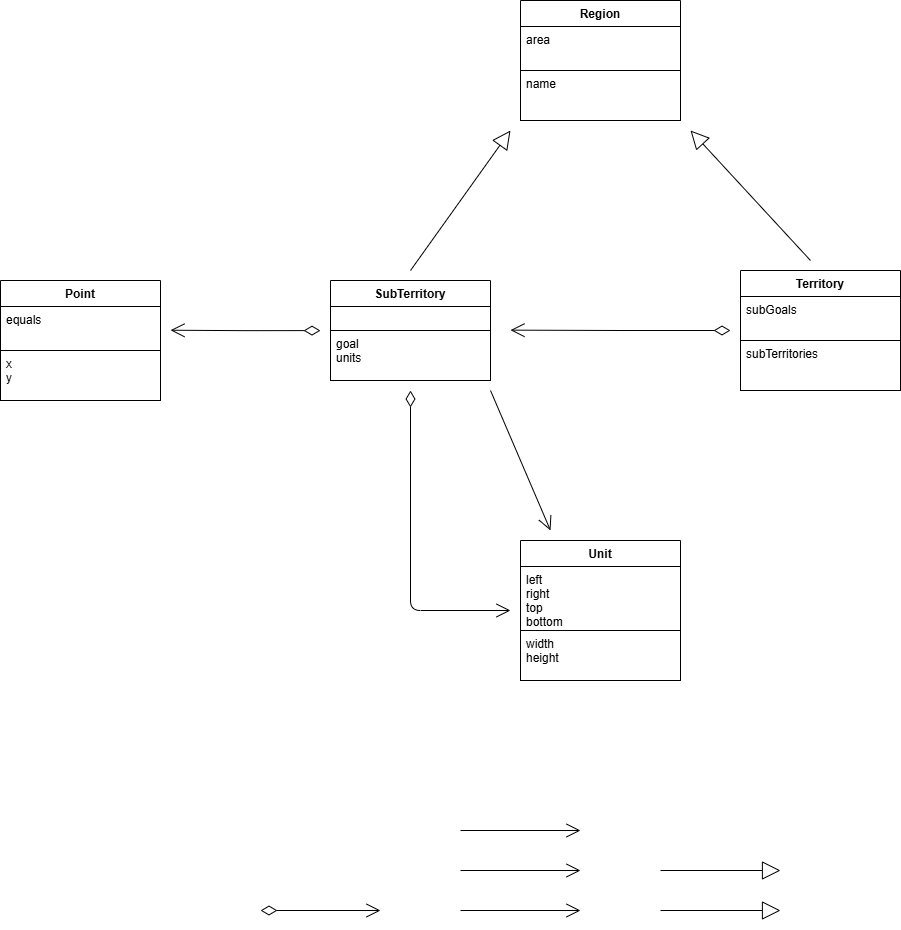
hashiprobr-classroom/aps-3-aps3_joao_mattar keeps this draw.io diagram as horizon/Diagrama horizon.png. Above is the earlier version. Source tidied: cells renumbered, new cells last; positions are measured from the earlier drawing's top-left corner, leaving out a move shared by most shapes. Source of this version:
```xml
<mxGraphModel>
  <root>
    <mxCell id="0" />
    <mxCell id="1" parent="0" />
    <mxCell id="2" value="Point" style="swimlane;fontStyle=1;align=center;verticalAlign=top;horizontal=1;startSize=26;fontColor=#000000;strokeColor=#000000;fillColor=#FFFFFF;" parent="1" vertex="1">
      <mxGeometry y="280" width="160" height="120" as="geometry" />
    </mxCell>
    <mxCell id="3" value="equals" style="text;strokeColor=#000000;fillColor=#FFFFFF;align=left;verticalAlign=top;spacingLeft=4;spacingRight=4;overflow=hidden;fontColor=#000000;" parent="2" vertex="1">
      <mxGeometry y="26" width="160" height="44" as="geometry" />
    </mxCell>
    <mxCell id="4" value="x&#10;y" style="text;strokeColor=#000000;fillColor=#FFFFFF;align=left;verticalAlign=top;spacingLeft=4;spacingRight=4;overflow=hidden;fontColor=#000000;" parent="2" vertex="1">
      <mxGeometry y="70" width="160" height="50" as="geometry" />
    </mxCell>
    <mxCell id="5" value="Region" style="swimlane;fontStyle=1;align=center;verticalAlign=top;horizontal=1;startSize=26;fontColor=#000000;strokeColor=#000000;fillColor=#FFFFFF;" parent="1" vertex="1">
      <mxGeometry x="520" width="160" height="120" as="geometry" />
    </mxCell>
    <mxCell id="6" value="area" style="text;strokeColor=#000000;fillColor=#FFFFFF;align=left;verticalAlign=top;spacingLeft=4;spacingRight=4;overflow=hidden;fontColor=#000000;" parent="5" vertex="1">
      <mxGeometry y="26" width="160" height="44" as="geometry" />
    </mxCell>
    <mxCell id="7" value="name" style="text;strokeColor=#000000;fillColor=#FFFFFF;align=left;verticalAlign=top;spacingLeft=4;spacingRight=4;overflow=hidden;fontColor=#000000;" parent="5" vertex="1">
      <mxGeometry y="70" width="160" height="50" as="geometry" />
    </mxCell>
    <mxCell id="8" value="SubTerritory" style="swimlane;fontStyle=1;align=center;verticalAlign=top;horizontal=1;startSize=26;fontColor=#000000;strokeColor=#000000;fillColor=#FFFFFF;" parent="1" vertex="1">
      <mxGeometry x="330" y="280" width="160" height="100" as="geometry" />
    </mxCell>
    <mxCell id="9" style="text;strokeColor=#000000;fillColor=#FFFFFF;align=left;verticalAlign=top;spacingLeft=4;spacingRight=4;overflow=hidden;fontColor=#000000;" parent="8" vertex="1">
      <mxGeometry y="26" width="160" height="24" as="geometry" />
    </mxCell>
    <mxCell id="10" value="goal&#10;units" style="text;strokeColor=#000000;fillColor=#FFFFFF;align=left;verticalAlign=top;spacingLeft=4;spacingRight=4;overflow=hidden;fontColor=#000000;" parent="8" vertex="1">
      <mxGeometry y="50" width="160" height="50" as="geometry" />
    </mxCell>
    <mxCell id="11" value="Unit" style="swimlane;fontStyle=1;align=center;verticalAlign=top;horizontal=1;startSize=26;fontColor=#000000;strokeColor=#000000;fillColor=#FFFFFF;" parent="1" vertex="1">
      <mxGeometry x="520" y="540" width="160" height="140" as="geometry" />
    </mxCell>
    <mxCell id="12" value="left&#10;right&#10;top&#10;bottom" style="text;strokeColor=#000000;fillColor=#FFFFFF;align=left;verticalAlign=top;spacingLeft=4;spacingRight=4;overflow=hidden;fontColor=#000000;" parent="11" vertex="1">
      <mxGeometry y="26" width="160" height="64" as="geometry" />
    </mxCell>
    <mxCell id="13" value="width&#10;height" style="text;strokeColor=#000000;fillColor=#FFFFFF;align=left;verticalAlign=top;spacingLeft=4;spacingRight=4;overflow=hidden;fontColor=#000000;" parent="11" vertex="1">
      <mxGeometry y="90" width="160" height="50" as="geometry" />
    </mxCell>
    <mxCell id="14" style="endArrow=open;html=1;endSize=12;startArrow=diamondThin;startSize=14;startFill=0;edgeStyle=orthogonalEdgeStyle;align=left;verticalAlign=bottom;fontColor=#000000;strokeColor=#000000;" parent="1" edge="1">
      <mxGeometry x="-1" y="3" relative="1" as="geometry">
        <mxPoint x="730" y="330" as="sourcePoint" />
        <mxPoint x="510" y="329.6" as="targetPoint" />
      </mxGeometry>
    </mxCell>
    <mxCell id="15" style="endArrow=open;html=1;endSize=12;startArrow=diamondThin;startSize=14;startFill=0;edgeStyle=orthogonalEdgeStyle;align=left;verticalAlign=bottom;fontColor=#000000;strokeColor=#000000;" parent="1" edge="1">
      <mxGeometry x="-1" y="3" relative="1" as="geometry">
        <mxPoint x="410" y="390" as="sourcePoint" />
        <mxPoint x="510" y="610" as="targetPoint" />
        <Array as="points">
          <mxPoint x="410" y="610" />
        </Array>
      </mxGeometry>
    </mxCell>
    <mxCell id="16" style="endArrow=open;endFill=1;endSize=12;html=1;fontColor=#000000;strokeColor=#000000;" parent="1" edge="1">
      <mxGeometry relative="1" as="geometry">
        <mxPoint x="490" y="390" as="sourcePoint" />
        <mxPoint x="550" y="530" as="targetPoint" />
      </mxGeometry>
    </mxCell>
    <mxCell id="17" style="endArrow=open;endFill=1;endSize=12;html=1;fontColor=#000000;strokeColor=#000000;" parent="1" edge="1">
      <mxGeometry relative="1" as="geometry">
        <mxPoint x="460" y="830" as="sourcePoint" />
        <mxPoint x="580" y="830" as="targetPoint" />
      </mxGeometry>
    </mxCell>
    <mxCell id="18" style="endArrow=open;endFill=1;endSize=12;html=1;fontColor=#000000;strokeColor=#000000;" parent="1" edge="1">
      <mxGeometry relative="1" as="geometry">
        <mxPoint x="460" y="870" as="sourcePoint" />
        <mxPoint x="580" y="870" as="targetPoint" />
      </mxGeometry>
    </mxCell>
    <mxCell id="19" style="endArrow=open;endFill=1;endSize=12;html=1;fontColor=#000000;strokeColor=#000000;" parent="1" edge="1">
      <mxGeometry relative="1" as="geometry">
        <mxPoint x="460" y="910" as="sourcePoint" />
        <mxPoint x="580" y="910" as="targetPoint" />
      </mxGeometry>
    </mxCell>
    <mxCell id="20" style="endArrow=open;html=1;endSize=12;startArrow=diamondThin;startSize=14;startFill=0;edgeStyle=orthogonalEdgeStyle;align=left;verticalAlign=bottom;fontColor=#000000;strokeColor=#000000;" parent="1" edge="1">
      <mxGeometry x="-1" y="3" relative="1" as="geometry">
        <mxPoint x="260" y="910" as="sourcePoint" />
        <mxPoint x="380" y="910" as="targetPoint" />
      </mxGeometry>
    </mxCell>
    <mxCell id="21" style="endArrow=block;endSize=16;endFill=0;html=1;strokeColor=#000000;fontColor=#000000;labelBackgroundColor=#FFFFFF;" parent="1" edge="1">
      <mxGeometry relative="1" as="geometry">
        <mxPoint x="810" y="260" as="sourcePoint" />
        <mxPoint x="690" y="130" as="targetPoint" />
      </mxGeometry>
    </mxCell>
    <mxCell id="22" style="endArrow=block;endSize=16;endFill=0;html=1;strokeColor=#000000;fontColor=#000000;labelBackgroundColor=#FFFFFF;" parent="1" edge="1">
      <mxGeometry relative="1" as="geometry">
        <mxPoint x="410" y="270" as="sourcePoint" />
        <mxPoint x="510" y="130" as="targetPoint" />
      </mxGeometry>
    </mxCell>
    <mxCell id="23" style="endArrow=block;endSize=16;endFill=0;html=1;strokeColor=#000000;fontColor=#000000;labelBackgroundColor=#FFFFFF;" parent="1" edge="1">
      <mxGeometry relative="1" as="geometry">
        <mxPoint x="660" y="870" as="sourcePoint" />
        <mxPoint x="780" y="870" as="targetPoint" />
      </mxGeometry>
    </mxCell>
    <mxCell id="24" style="endArrow=block;endSize=16;endFill=0;html=1;strokeColor=#000000;fontColor=#000000;labelBackgroundColor=#FFFFFF;" parent="1" edge="1">
      <mxGeometry relative="1" as="geometry">
        <mxPoint x="660" y="910" as="sourcePoint" />
        <mxPoint x="780" y="910" as="targetPoint" />
      </mxGeometry>
    </mxCell>
    <mxCell id="25" value="Territory" style="swimlane;fontStyle=1;align=center;verticalAlign=top;horizontal=1;startSize=26;fontColor=#000000;strokeColor=#000000;fillColor=#FFFFFF;" parent="1" vertex="1">
      <mxGeometry x="740" y="270" width="160" height="120" as="geometry" />
    </mxCell>
    <mxCell id="26" value="subGoals" style="text;strokeColor=#000000;fillColor=#FFFFFF;align=left;verticalAlign=top;spacingLeft=4;spacingRight=4;overflow=hidden;fontColor=#000000;" parent="25" vertex="1">
      <mxGeometry y="26" width="160" height="44" as="geometry" />
    </mxCell>
    <mxCell id="27" value="subTerritories" style="text;strokeColor=#000000;fillColor=#FFFFFF;align=left;verticalAlign=top;spacingLeft=4;spacingRight=4;overflow=hidden;fontColor=#000000;" parent="25" vertex="1">
      <mxGeometry y="70" width="160" height="50" as="geometry" />
    </mxCell>
    <mxCell id="28" style="endArrow=open;html=1;endSize=12;startArrow=diamondThin;startSize=14;startFill=0;edgeStyle=orthogonalEdgeStyle;align=left;verticalAlign=bottom;fontColor=#000000;strokeColor=#000000;" parent="1" edge="1">
      <mxGeometry x="-1" y="3" relative="1" as="geometry">
        <mxPoint x="320" y="330.1" as="sourcePoint" />
        <mxPoint x="170" y="329.7" as="targetPoint" />
      </mxGeometry>
    </mxCell>
  </root>
</mxGraphModel>
```
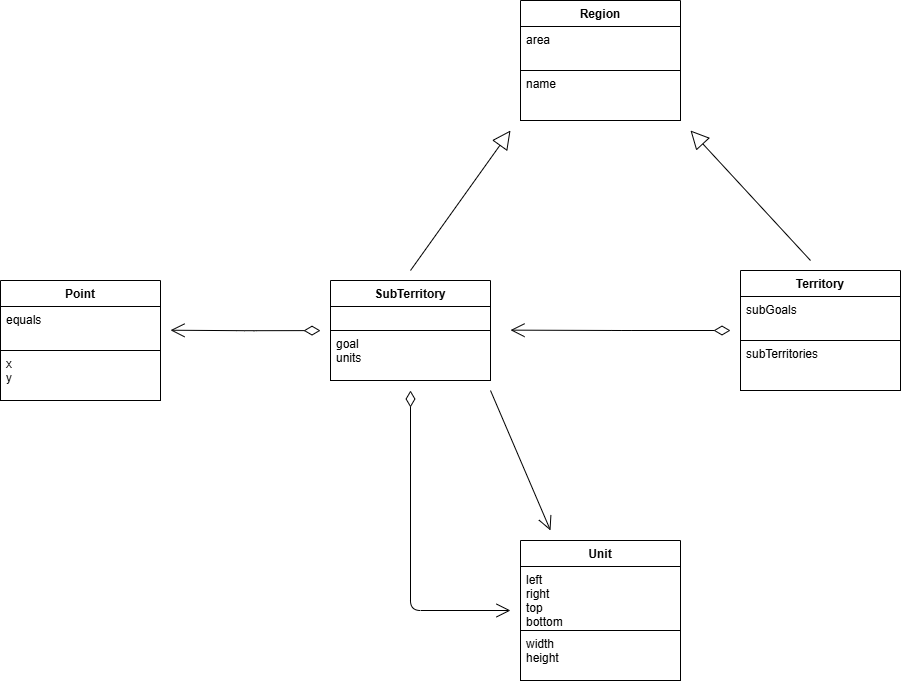
The same file after the commit.

Commit message:
Diagrama ajustado

Diff of the diagram source:
```diff
@@ -59,30 +59,6 @@
         <mxPoint x="550" y="530" as="targetPoint" />
       </mxGeometry>
     </mxCell>
-    <mxCell id="17" style="endArrow=open;endFill=1;endSize=12;html=1;fontColor=#000000;strokeColor=#000000;" parent="1" edge="1">
-      <mxGeometry relative="1" as="geometry">
-        <mxPoint x="460" y="830" as="sourcePoint" />
-        <mxPoint x="580" y="830" as="targetPoint" />
-      </mxGeometry>
-    </mxCell>
-    <mxCell id="18" style="endArrow=open;endFill=1;endSize=12;html=1;fontColor=#000000;strokeColor=#000000;" parent="1" edge="1">
-      <mxGeometry relative="1" as="geometry">
-        <mxPoint x="460" y="870" as="sourcePoint" />
-        <mxPoint x="580" y="870" as="targetPoint" />
-      </mxGeometry>
-    </mxCell>
-    <mxCell id="19" style="endArrow=open;endFill=1;endSize=12;html=1;fontColor=#000000;strokeColor=#000000;" parent="1" edge="1">
-      <mxGeometry relative="1" as="geometry">
-        <mxPoint x="460" y="910" as="sourcePoint" />
-        <mxPoint x="580" y="910" as="targetPoint" />
-      </mxGeometry>
-    </mxCell>
-    <mxCell id="20" style="endArrow=open;html=1;endSize=12;startArrow=diamondThin;startSize=14;startFill=0;edgeStyle=orthogonalEdgeStyle;align=left;verticalAlign=bottom;fontColor=#000000;strokeColor=#000000;" parent="1" edge="1">
-      <mxGeometry x="-1" y="3" relative="1" as="geometry">
-        <mxPoint x="260" y="910" as="sourcePoint" />
-        <mxPoint x="380" y="910" as="targetPoint" />
-      </mxGeometry>
-    </mxCell>
     <mxCell id="21" style="endArrow=block;endSize=16;endFill=0;html=1;strokeColor=#000000;fontColor=#000000;labelBackgroundColor=#FFFFFF;" parent="1" edge="1">
       <mxGeometry relative="1" as="geometry">
         <mxPoint x="810" y="260" as="sourcePoint" />
@@ -95,18 +71,6 @@
         <mxPoint x="510" y="130" as="targetPoint" />
       </mxGeometry>
     </mxCell>
-    <mxCell id="23" style="endArrow=block;endSize=16;endFill=0;html=1;strokeColor=#000000;fontColor=#000000;labelBackgroundColor=#FFFFFF;" parent="1" edge="1">
-      <mxGeometry relative="1" as="geometry">
-        <mxPoint x="660" y="870" as="sourcePoint" />
-        <mxPoint x="780" y="870" as="targetPoint" />
-      </mxGeometry>
-    </mxCell>
-    <mxCell id="24" style="endArrow=block;endSize=16;endFill=0;html=1;strokeColor=#000000;fontColor=#000000;labelBackgroundColor=#FFFFFF;" parent="1" edge="1">
-      <mxGeometry relative="1" as="geometry">
-        <mxPoint x="660" y="910" as="sourcePoint" />
-        <mxPoint x="780" y="910" as="targetPoint" />
-      </mxGeometry>
-    </mxCell>
     <mxCell id="25" value="Territory" style="swimlane;fontStyle=1;align=center;verticalAlign=top;horizontal=1;startSize=26;fontColor=#000000;strokeColor=#000000;fillColor=#FFFFFF;" parent="1" vertex="1">
       <mxGeometry x="740" y="270" width="160" height="120" as="geometry" />
     </mxCell>
```
